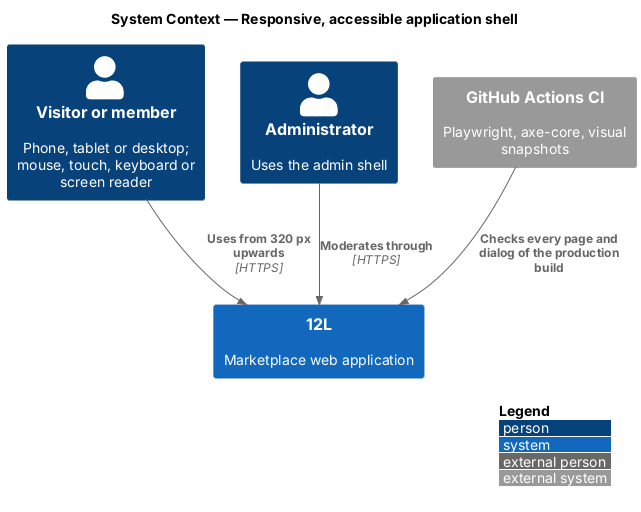
This is docs/detailed-designs/platform/responsive-accessible-shell/diagrams/c4-context.png from QuinntyneBrown/12l, a PlantUML export, as it was before one commit.
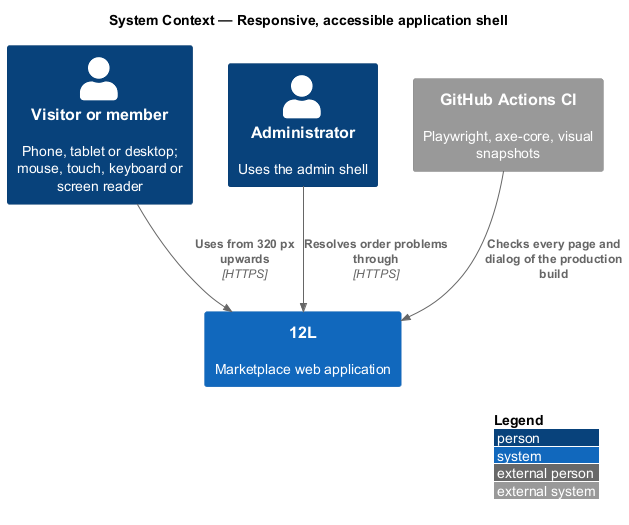
After the change.

What changed in the source:
```diff
@@ -9,6 +9,6 @@
 System_Ext(ci, "GitHub Actions CI", "Playwright, axe-core, visual snapshots")
 
 Rel(visitor, twelvel, "Uses from 320 px upwards", "HTTPS")
-Rel(admin, twelvel, "Moderates through", "HTTPS")
+Rel(admin, twelvel, "Resolves order problems through", "HTTPS")
 Rel(ci, twelvel, "Checks every page and dialog of the production build")
 @enduml
```
